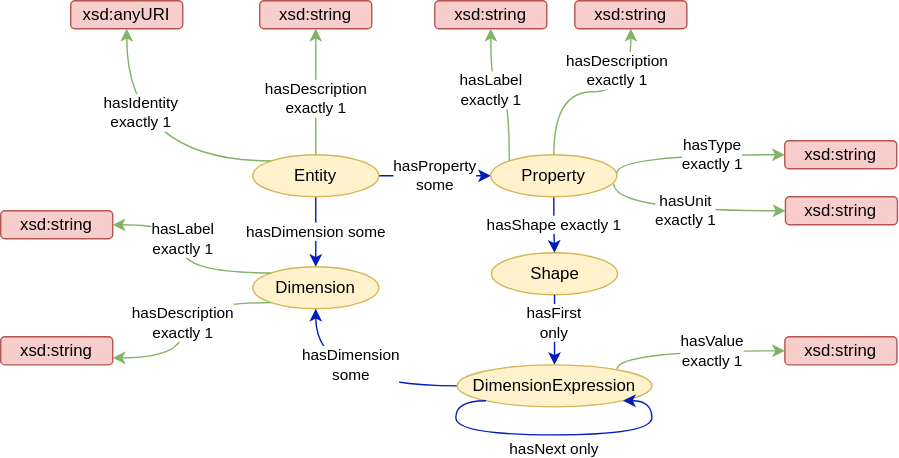
Before: figs/entity.svg, a diagram exported from draw.io (emmo-repo/domain-datamodel). Source tidied: cells renumbered, new cells last; positions are measured from the earlier drawing's top-left corner, leaving out a move shared by most shapes.
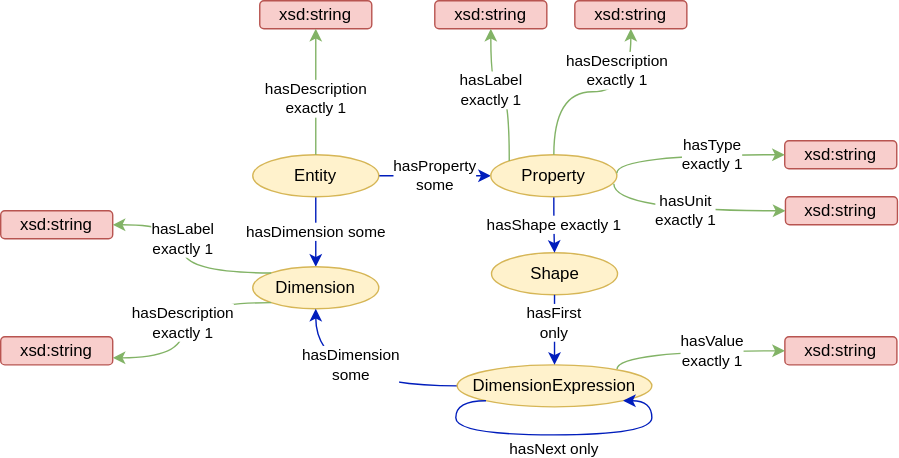
The same file after the commit.

Change to the diagram source:
```diff
@@ -66,12 +66,6 @@
     <mxCell id="21" value="hasLabel&lt;br&gt;exactly 1" style="edgeStyle=orthogonalEdgeStyle;curved=1;rounded=0;jettySize=auto;html=1;endArrow=classic;endFill=1;strokeColor=#82b366;exitX=0;exitY=0;exitDx=0;exitDy=0;fillColor=#d5e8d4;entryX=1;entryY=0.5;entryDx=0;entryDy=0;" parent="1" edge="1" source="5" target="20">
       <mxGeometry x="0.19" relative="1" as="geometry" />
     </mxCell>
-    <mxCell id="22" value="xsd:anyURI" style="rounded=1;whiteSpace=wrap;html=1;fillColor=#f8cecc;strokeColor=#b85450;" parent="1" vertex="1">
-      <mxGeometry x="50" width="80" height="20" as="geometry" />
-    </mxCell>
-    <mxCell id="23" value="hasIdentity&lt;br&gt;exactly 1" style="edgeStyle=orthogonalEdgeStyle;curved=1;rounded=0;jettySize=auto;html=1;endArrow=classic;endFill=1;strokeColor=#82b366;exitX=0;exitY=0;exitDx=0;exitDy=0;fillColor=#d5e8d4;" parent="1" edge="1" source="4" target="22">
-      <mxGeometry x="0.39" y="-10" relative="1" as="geometry" />
-    </mxCell>
     <mxCell id="24" value="DimensionExpression" style="ellipse;whiteSpace=wrap;html=1;fillColor=#fff2cc;strokeColor=#d6b656;" parent="1" vertex="1">
       <mxGeometry x="326" y="260" width="139" height="30" as="geometry" />
     </mxCell>
```
